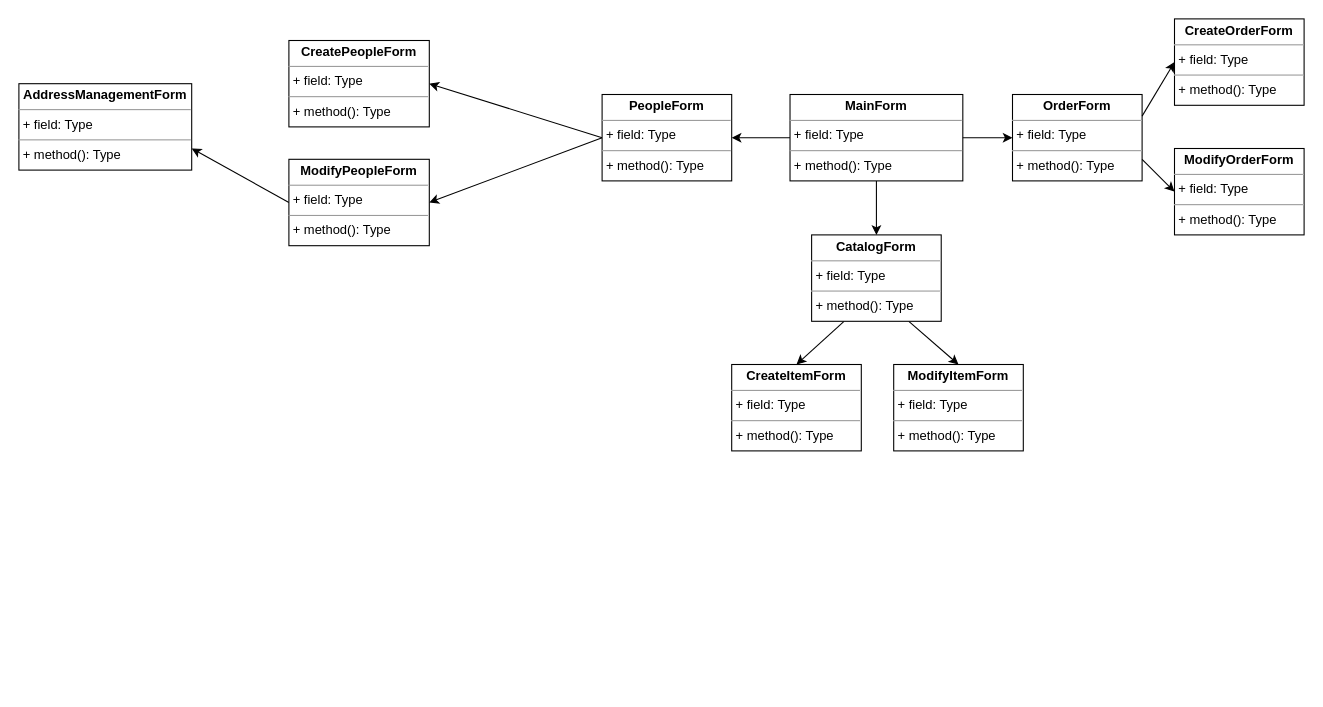
pierre1316/Projet-POO-CPP-CLI keeps this draw.io diagram as page "Diagramme de classes (Forms)" (1 of 2) of Diagrammes/Diagrammes de classes.drawio. Above is the earlier version. Source tidied: cells renumbered, new cells numbered last; positions are measured from the earlier drawing's top-left corner, leaving out a move shared by most shapes. Both pictures are drawn from the tidied source at 108%, with x=0, y=0 at pixel (18, 18).
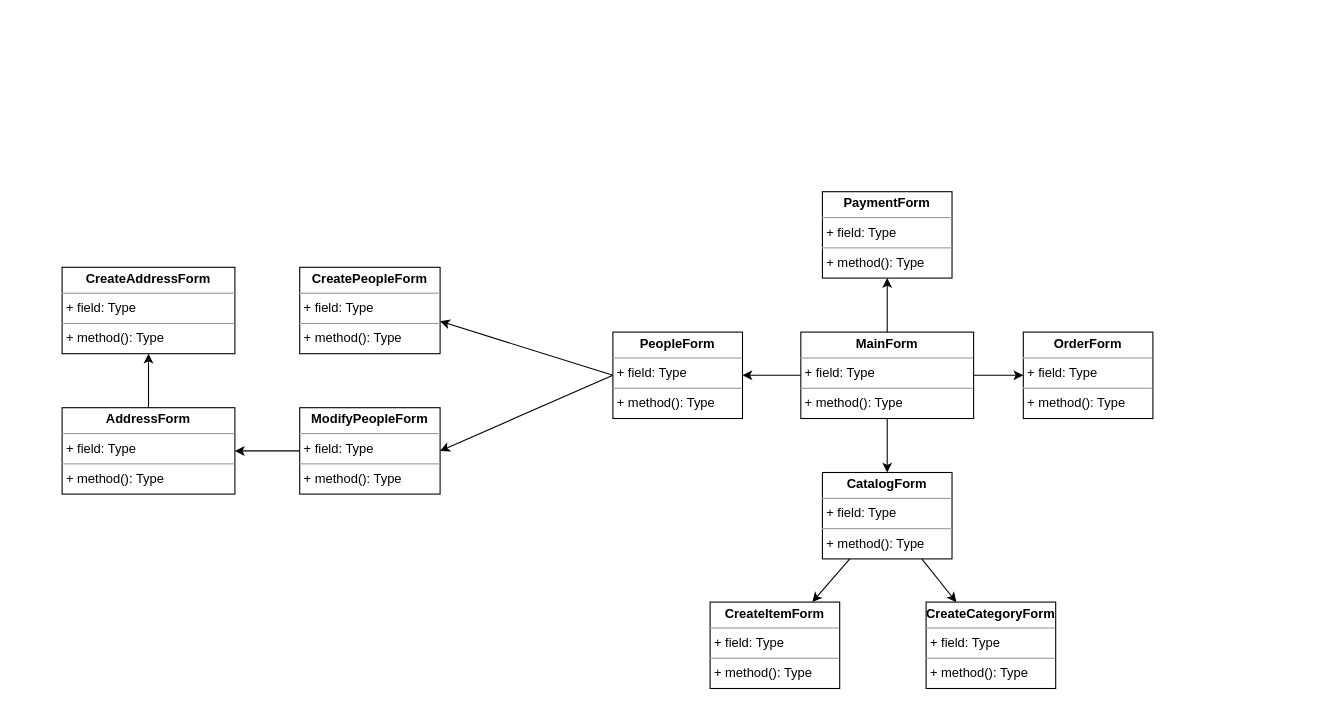
The same diagram, later.

The edit, as a diff of the source:
```diff
@@
     <mxCell id="2" value="&lt;p style=&quot;margin:0px;margin-top:4px;text-align:center;&quot;&gt;&lt;b&gt;OrderForm&lt;/b&gt;&lt;/p&gt;&lt;hr size=&quot;1&quot;&gt;&lt;p style=&quot;margin:0px;margin-left:4px;&quot;&gt;+ field: Type&lt;/p&gt;&lt;hr size=&quot;1&quot;&gt;&lt;p style=&quot;margin:0px;margin-left:4px;&quot;&gt;+ method(): Type&lt;/p&gt;" style="verticalAlign=top;align=left;overflow=fill;fontSize=12;fontFamily=Helvetica;html=1;" parent="1" vertex="1">
-      <mxGeometry x="920" y="70" width="120" height="80" as="geometry" />
+      <mxGeometry x="930" y="290" width="120" height="80" as="geometry" />
     </mxCell>
-    <mxCell id="3" value="&lt;p style=&quot;margin:0px;margin-top:4px;text-align:center;&quot;&gt;&lt;b&gt;CreateOrderForm&lt;/b&gt;&lt;/p&gt;&lt;hr size=&quot;1&quot;&gt;&lt;p style=&quot;margin:0px;margin-left:4px;&quot;&gt;+ field: Type&lt;/p&gt;&lt;hr size=&quot;1&quot;&gt;&lt;p style=&quot;margin:0px;margin-left:4px;&quot;&gt;+ method(): Type&lt;/p&gt;" style="verticalAlign=top;align=left;overflow=fill;fontSize=12;fontFamily=Helvetica;html=1;" parent="1" vertex="1">
-      <mxGeometry x="1070" width="120" height="80" as="geometry" />
-    </mxCell>
-    <mxCell id="4" value="&lt;p style=&quot;margin:0px;margin-top:4px;text-align:center;&quot;&gt;&lt;b&gt;ModifyOrderForm&lt;/b&gt;&lt;/p&gt;&lt;hr size=&quot;1&quot;&gt;&lt;p style=&quot;margin:0px;margin-left:4px;&quot;&gt;+ field: Type&lt;/p&gt;&lt;hr size=&quot;1&quot;&gt;&lt;p style=&quot;margin:0px;margin-left:4px;&quot;&gt;+ method(): Type&lt;/p&gt;" style="verticalAlign=top;align=left;overflow=fill;fontSize=12;fontFamily=Helvetica;html=1;" parent="1" vertex="1">
-      <mxGeometry x="1070" y="120" width="120" height="80" as="geometry" />
-    </mxCell>
-    <mxCell id="5" style="endArrow=none;html=1;rounded=0;entryX=1;entryY=0.25;entryDx=0;entryDy=0;exitX=0;exitY=0.5;exitDx=0;exitDy=0;startArrow=classic;startFill=1;" parent="1" edge="1" source="3" target="2">
-      <mxGeometry relative="1" as="geometry" />
-    </mxCell>
-    <mxCell id="6" style="endArrow=none;html=1;rounded=0;entryX=1;entryY=0.75;entryDx=0;entryDy=0;exitX=0;exitY=0.5;exitDx=0;exitDy=0;startArrow=classic;startFill=1;" parent="1" edge="1" source="4" target="2">
-      <mxGeometry relative="1" as="geometry" />
-    </mxCell>
-    <mxCell id="7" value="&lt;p style=&quot;margin:0px;margin-top:4px;text-align:center;&quot;&gt;&lt;b&gt;AddressManagementForm&lt;/b&gt;&lt;/p&gt;&lt;hr size=&quot;1&quot;&gt;&lt;p style=&quot;margin:0px;margin-left:4px;&quot;&gt;+ field: Type&lt;/p&gt;&lt;hr size=&quot;1&quot;&gt;&lt;p style=&quot;margin:0px;margin-left:4px;&quot;&gt;+ method(): Type&lt;/p&gt;" style="verticalAlign=top;align=left;overflow=fill;fontSize=12;fontFamily=Helvetica;html=1;" parent="1" vertex="1">
-      <mxGeometry y="60" width="160" height="80" as="geometry" />
+    <mxCell id="7" value="&lt;p style=&quot;margin:0px;margin-top:4px;text-align:center;&quot;&gt;&lt;b&gt;AddressForm&lt;/b&gt;&lt;/p&gt;&lt;hr size=&quot;1&quot;&gt;&lt;p style=&quot;margin:0px;margin-left:4px;&quot;&gt;+ field: Type&lt;/p&gt;&lt;hr size=&quot;1&quot;&gt;&lt;p style=&quot;margin:0px;margin-left:4px;&quot;&gt;+ method(): Type&lt;/p&gt;" style="verticalAlign=top;align=left;overflow=fill;fontSize=12;fontFamily=Helvetica;html=1;" parent="1" vertex="1">
+      <mxGeometry x="40" y="360" width="160" height="80" as="geometry" />
     </mxCell>
     <mxCell id="8" value="&lt;p style=&quot;margin:0px;margin-top:4px;text-align:center;&quot;&gt;&lt;b&gt;CreatePeopleForm&lt;/b&gt;&lt;/p&gt;&lt;hr size=&quot;1&quot;&gt;&lt;p style=&quot;margin:0px;margin-left:4px;&quot;&gt;+ field: Type&lt;/p&gt;&lt;hr size=&quot;1&quot;&gt;&lt;p style=&quot;margin:0px;margin-left:4px;&quot;&gt;+ method(): Type&lt;/p&gt;" style="verticalAlign=top;align=left;overflow=fill;fontSize=12;fontFamily=Helvetica;html=1;" parent="1" vertex="1">
-      <mxGeometry x="250" y="20" width="130" height="80" as="geometry" />
+      <mxGeometry x="260" y="230" width="130" height="80" as="geometry" />
     </mxCell>
-    <mxCell id="9" style="endArrow=none;html=1;rounded=0;entryX=0;entryY=0.5;entryDx=0;entryDy=0;exitX=1;exitY=0.75;exitDx=0;exitDy=0;startArrow=classic;startFill=1;" parent="1" edge="1" target="10">
-      <mxGeometry relative="1" as="geometry">
-        <mxPoint x="160" y="120" as="sourcePoint" />
-      </mxGeometry>
-    </mxCell>
+    <mxCell id="23" style="edgeStyle=none;rounded=0;jettySize=auto;html=1;" parent="1" edge="1" source="10" target="7">
+      <mxGeometry relative="1" as="geometry" />
+    </mxCell>
     <mxCell id="10" value="&lt;p style=&quot;margin:0px;margin-top:4px;text-align:center;&quot;&gt;&lt;b&gt;ModifyPeopleForm&lt;/b&gt;&lt;/p&gt;&lt;hr size=&quot;1&quot;&gt;&lt;p style=&quot;margin:0px;margin-left:4px;&quot;&gt;+ field: Type&lt;/p&gt;&lt;hr size=&quot;1&quot;&gt;&lt;p style=&quot;margin:0px;margin-left:4px;&quot;&gt;+ method(): Type&lt;/p&gt;" style="verticalAlign=top;align=left;overflow=fill;fontSize=12;fontFamily=Helvetica;html=1;" parent="1" vertex="1">
-      <mxGeometry x="250" y="130" width="130" height="80" as="geometry" />
+      <mxGeometry x="260" y="360" width="130" height="80" as="geometry" />
     </mxCell>
@@
     <mxCell id="12" style="endArrow=none;html=1;rounded=0;entryX=0;entryY=0.5;entryDx=0;entryDy=0;exitX=1;exitY=0.5;exitDx=0;exitDy=0;startArrow=classic;startFill=1;" parent="1" edge="1" target="13">
       <mxGeometry relative="1" as="geometry">
-        <mxPoint x="380" y="60" as="sourcePoint" />
+        <mxPoint x="390" y="280" as="sourcePoint" />
       </mxGeometry>
     </mxCell>
     <mxCell id="13" value="&lt;p style=&quot;margin:0px;margin-top:4px;text-align:center;&quot;&gt;&lt;b&gt;PeopleForm&lt;/b&gt;&lt;/p&gt;&lt;hr size=&quot;1&quot;&gt;&lt;p style=&quot;margin:0px;margin-left:4px;&quot;&gt;+ field: Type&lt;/p&gt;&lt;hr size=&quot;1&quot;&gt;&lt;p style=&quot;margin:0px;margin-left:4px;&quot;&gt;+ method(): Type&lt;/p&gt;" style="verticalAlign=top;align=left;overflow=fill;fontSize=12;fontFamily=Helvetica;html=1;" parent="1" vertex="1">
-      <mxGeometry x="540" y="70" width="120" height="80" as="geometry" />
+      <mxGeometry x="550" y="290" width="120" height="80" as="geometry" />
     </mxCell>
@@
-    <mxCell id="15" style="endArrow=none;html=1;rounded=0;entryX=0.25;entryY=1;entryDx=0;entryDy=0;exitX=0.5;exitY=0;exitDx=0;exitDy=0;startArrow=classic;startFill=1;" parent="1" edge="1" target="19">
-      <mxGeometry relative="1" as="geometry">
-        <mxPoint x="720" y="320" as="sourcePoint" />
-      </mxGeometry>
+    <mxCell id="15" style="endArrow=none;html=1;rounded=0;startArrow=classic;startFill=1;" parent="1" edge="1" source="18" target="19">
+      <mxGeometry relative="1" as="geometry" />
     </mxCell>
-    <mxCell id="16" style="endArrow=none;html=1;rounded=0;entryX=0.75;entryY=1;entryDx=0;entryDy=0;exitX=0.5;exitY=0;exitDx=0;exitDy=0;startArrow=classic;startFill=1;" parent="1" edge="1" target="19">
-      <mxGeometry relative="1" as="geometry">
-        <mxPoint x="870" y="320" as="sourcePoint" />
-      </mxGeometry>
-    </mxCell>
-    <mxCell id="17" value="&lt;p style=&quot;margin:0px;margin-top:4px;text-align:center;&quot;&gt;&lt;b&gt;ModifyItemForm&lt;/b&gt;&lt;/p&gt;&lt;hr size=&quot;1&quot;&gt;&lt;p style=&quot;margin:0px;margin-left:4px;&quot;&gt;+ field: Type&lt;/p&gt;&lt;hr size=&quot;1&quot;&gt;&lt;p style=&quot;margin:0px;margin-left:4px;&quot;&gt;+ method(): Type&lt;/p&gt;" style="verticalAlign=top;align=left;overflow=fill;fontSize=12;fontFamily=Helvetica;html=1;" parent="1" vertex="1">
-      <mxGeometry x="810" y="320" width="120" height="80" as="geometry" />
-    </mxCell>
-    <mxCell id="18" value="&lt;p style=&quot;margin:0px;margin-top:4px;text-align:center;&quot;&gt;&lt;b&gt;CreateItemForm&lt;/b&gt;&lt;/p&gt;&lt;hr size=&quot;1&quot;&gt;&lt;p style=&quot;margin:0px;margin-left:4px;&quot;&gt;+ field: Type&lt;/p&gt;&lt;hr size=&quot;1&quot;&gt;&lt;p style=&quot;margin:0px;margin-left:4px;&quot;&gt;+ method(): Type&lt;/p&gt;" style="verticalAlign=top;align=left;overflow=fill;fontSize=12;fontFamily=Helvetica;html=1;" parent="1" vertex="1">
-      <mxGeometry x="660" y="320" width="120" height="80" as="geometry" />
+    <mxCell id="18" value="&lt;p style=&quot;margin:0px;margin-top:4px;text-align:center;&quot;&gt;&lt;b&gt;CreateCategoryForm&lt;/b&gt;&lt;/p&gt;&lt;hr size=&quot;1&quot;&gt;&lt;p style=&quot;margin:0px;margin-left:4px;&quot;&gt;+ field: Type&lt;/p&gt;&lt;hr size=&quot;1&quot;&gt;&lt;p style=&quot;margin:0px;margin-left:4px;&quot;&gt;+ method(): Type&lt;/p&gt;" style="verticalAlign=top;align=left;overflow=fill;fontSize=12;fontFamily=Helvetica;html=1;" parent="1" vertex="1">
+      <mxGeometry x="840" y="540" width="120" height="80" as="geometry" />
     </mxCell>
     <mxCell id="19" value="&lt;p style=&quot;margin:0px;margin-top:4px;text-align:center;&quot;&gt;&lt;b&gt;CatalogForm&lt;/b&gt;&lt;/p&gt;&lt;hr size=&quot;1&quot;&gt;&lt;p style=&quot;margin:0px;margin-left:4px;&quot;&gt;+ field: Type&lt;/p&gt;&lt;hr size=&quot;1&quot;&gt;&lt;p style=&quot;margin:0px;margin-left:4px;&quot;&gt;+ method(): Type&lt;/p&gt;" style="verticalAlign=top;align=left;overflow=fill;fontSize=12;fontFamily=Helvetica;html=1;" parent="1" vertex="1">
-      <mxGeometry x="734" y="200" width="120" height="80" as="geometry" />
+      <mxGeometry x="744" y="420" width="120" height="80" as="geometry" />
     </mxCell>
@@
     <mxCell id="21" value="&lt;p style=&quot;margin:0px;margin-top:4px;text-align:center;&quot;&gt;&lt;b&gt;MainForm&lt;/b&gt;&lt;/p&gt;&lt;hr size=&quot;1&quot;&gt;&lt;p style=&quot;margin:0px;margin-left:4px;&quot;&gt;+ field: Type&lt;/p&gt;&lt;hr size=&quot;1&quot;&gt;&lt;p style=&quot;margin:0px;margin-left:4px;&quot;&gt;+ method(): Type&lt;/p&gt;" style="verticalAlign=top;align=left;overflow=fill;fontSize=12;fontFamily=Helvetica;html=1;" parent="1" vertex="1">
-      <mxGeometry x="714" y="70" width="160" height="80" as="geometry" />
+      <mxGeometry x="724" y="290" width="160" height="80" as="geometry" />
     </mxCell>
     <mxCell id="22" style="edgeStyle=orthogonalEdgeStyle;rounded=0;jettySize=auto;html=1;exitX=1;exitY=0.5;exitDx=0;exitDy=0;entryX=0;entryY=0.5;entryDx=0;entryDy=0;startArrow=none;startFill=0;endArrow=classic;endFill=1;" parent="1" edge="1" source="21">
       <mxGeometry relative="1" as="geometry">
-        <mxPoint x="920" y="110" as="targetPoint" />
+        <mxPoint x="930" y="330" as="targetPoint" />
       </mxGeometry>
     </mxCell>
+    <mxCell id="24" value="&lt;p style=&quot;margin:0px;margin-top:4px;text-align:center;&quot;&gt;&lt;b&gt;PaymentForm&lt;/b&gt;&lt;/p&gt;&lt;hr size=&quot;1&quot;&gt;&lt;p style=&quot;margin:0px;margin-left:4px;&quot;&gt;+ field: Type&lt;/p&gt;&lt;hr size=&quot;1&quot;&gt;&lt;p style=&quot;margin:0px;margin-left:4px;&quot;&gt;+ method(): Type&lt;/p&gt;" style="verticalAlign=top;align=left;overflow=fill;fontSize=12;fontFamily=Helvetica;html=1;" parent="1" vertex="1">
+      <mxGeometry x="744" y="160" width="120" height="80" as="geometry" />
+    </mxCell>
+    <mxCell id="25" style="edgeStyle=orthogonalEdgeStyle;rounded=0;jettySize=auto;html=1;startArrow=none;startFill=0;endArrow=classic;endFill=1;" parent="1" edge="1" source="21" target="24">
+      <mxGeometry relative="1" as="geometry" />
+    </mxCell>
+    <mxCell id="26" value="&lt;p style=&quot;margin:0px;margin-top:4px;text-align:center;&quot;&gt;&lt;b&gt;CreateAddressForm&lt;/b&gt;&lt;/p&gt;&lt;hr size=&quot;1&quot;&gt;&lt;p style=&quot;margin:0px;margin-left:4px;&quot;&gt;+ field: Type&lt;/p&gt;&lt;hr size=&quot;1&quot;&gt;&lt;p style=&quot;margin:0px;margin-left:4px;&quot;&gt;+ method(): Type&lt;/p&gt;" style="verticalAlign=top;align=left;overflow=fill;fontSize=12;fontFamily=Helvetica;html=1;" parent="1" vertex="1">
+      <mxGeometry x="40" y="230" width="160" height="80" as="geometry" />
+    </mxCell>
+    <mxCell id="27" style="endArrow=none;html=1;rounded=0;startArrow=classic;startFill=1;" parent="1" edge="1" source="26" target="7">
+      <mxGeometry relative="1" as="geometry" />
+    </mxCell>
+    <mxCell id="28" style="endArrow=none;html=1;rounded=0;startArrow=classic;startFill=1;" parent="1" edge="1" source="29" target="19">
+      <mxGeometry relative="1" as="geometry" />
+    </mxCell>
+    <mxCell id="29" value="&lt;p style=&quot;margin:0px;margin-top:4px;text-align:center;&quot;&gt;&lt;b&gt;CreateItemForm&lt;/b&gt;&lt;/p&gt;&lt;hr size=&quot;1&quot;&gt;&lt;p style=&quot;margin:0px;margin-left:4px;&quot;&gt;+ field: Type&lt;/p&gt;&lt;hr size=&quot;1&quot;&gt;&lt;p style=&quot;margin:0px;margin-left:4px;&quot;&gt;+ method(): Type&lt;/p&gt;" style="verticalAlign=top;align=left;overflow=fill;fontSize=12;fontFamily=Helvetica;html=1;" parent="1" vertex="1">
+      <mxGeometry x="640" y="540" width="120" height="80" as="geometry" />
+    </mxCell>
```
